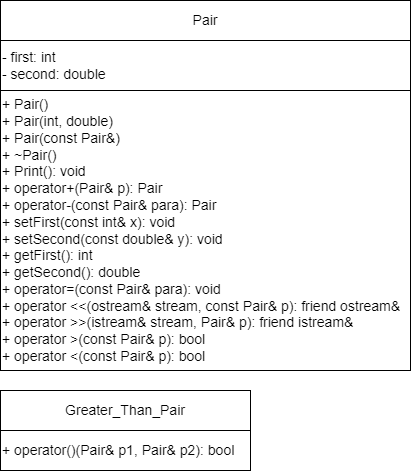
Earlier version of the draw.io export class_13/uml_13-1.drawio.png (SonyAkb/Laboratory-works-for-the-2-semester). Source tidied: cells renumbered, new cells last; positions are measured from the earlier drawing's top-left corner, leaving out a move shared by most shapes.
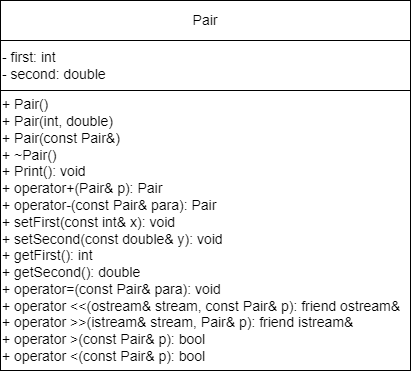
The same file after the commit.

What changed in the source:
```diff
@@ -11,11 +11,5 @@
     <mxCell id="4" value="- first: int&amp;nbsp;&lt;div style=&quot;font-size: 14px;&quot;&gt;- second:&amp;nbsp;&lt;span style=&quot;background-color: initial;&quot;&gt;double&lt;/span&gt;&lt;span style=&quot;background-color: initial;&quot;&gt;&amp;nbsp;&lt;/span&gt;&lt;br style=&quot;font-size: 14px;&quot;&gt;&lt;/div&gt;" style="rounded=0;whiteSpace=wrap;html=1;fontSize=14;align=left;" parent="1" vertex="1">
       <mxGeometry y="40" width="410" height="50" as="geometry" />
     </mxCell>
-    <mxCell id="5" value="Greater_Than_Pair" style="rounded=0;whiteSpace=wrap;html=1;fontSize=14;align=center;" parent="1" vertex="1">
-      <mxGeometry y="390" width="250" height="40" as="geometry" />
-    </mxCell>
-    <mxCell id="6" value="&lt;div style=&quot;&quot;&gt;+ operator()(Pair&amp;amp; p1, Pair&amp;amp; p2):&amp;nbsp;&lt;span style=&quot;background-color: initial;&quot;&gt;bool&lt;/span&gt;&lt;span style=&quot;background-color: initial;&quot;&gt;&amp;nbsp;&lt;/span&gt;&lt;br&gt;&lt;/div&gt;" style="rounded=0;whiteSpace=wrap;html=1;fontSize=14;align=left;" parent="1" vertex="1">
-      <mxGeometry y="430" width="250" height="40" as="geometry" />
-    </mxCell>
   </root>
 </mxGraphModel>
```
